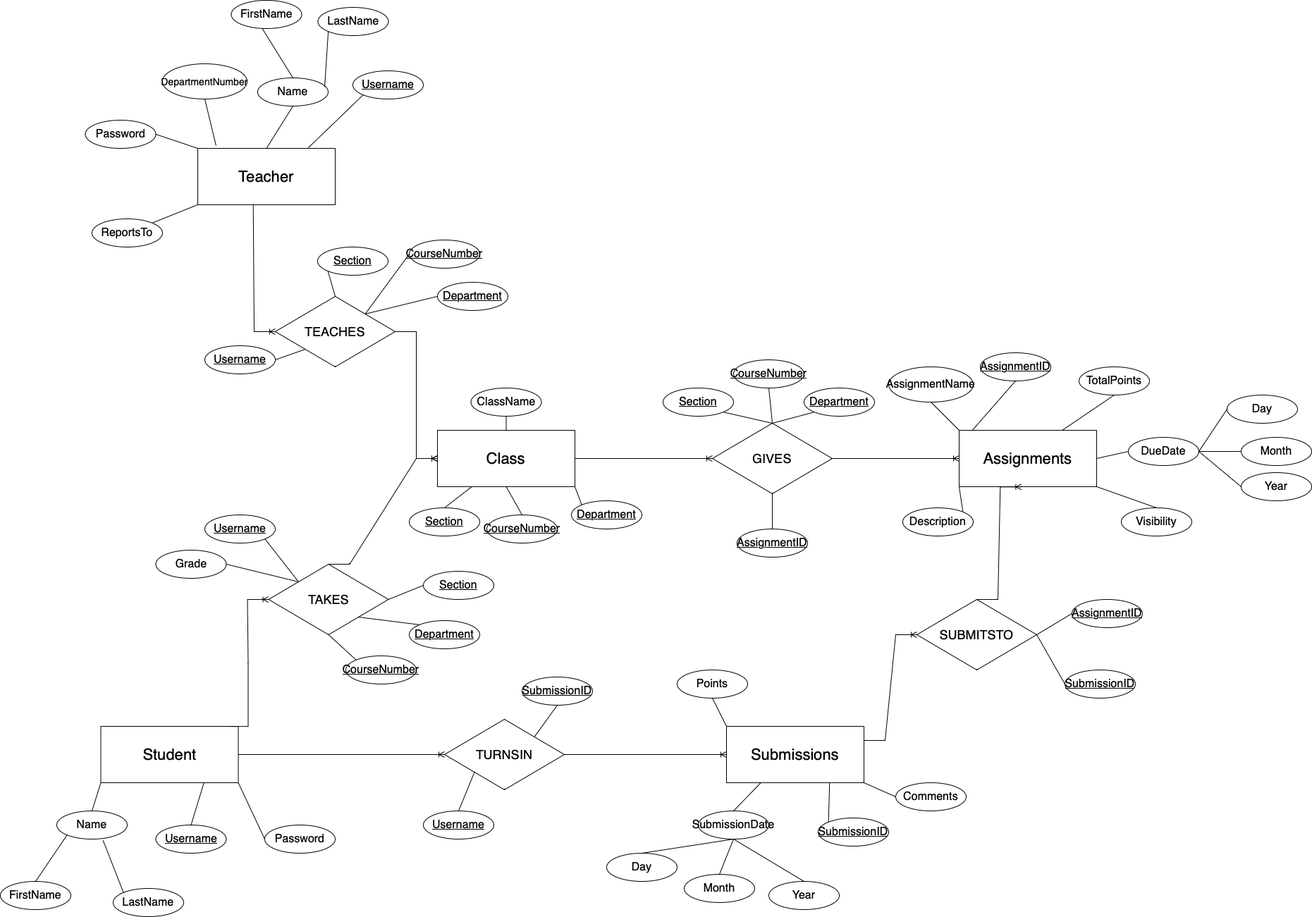
Before: Documentation/erDiagramBenaWiesner.png, a diagram exported from draw.io (bbena99/DB_FP). Source tidied: cells renumbered, new cells last; positions are measured from the earlier drawing's top-left corner, leaving out a move shared by most shapes.
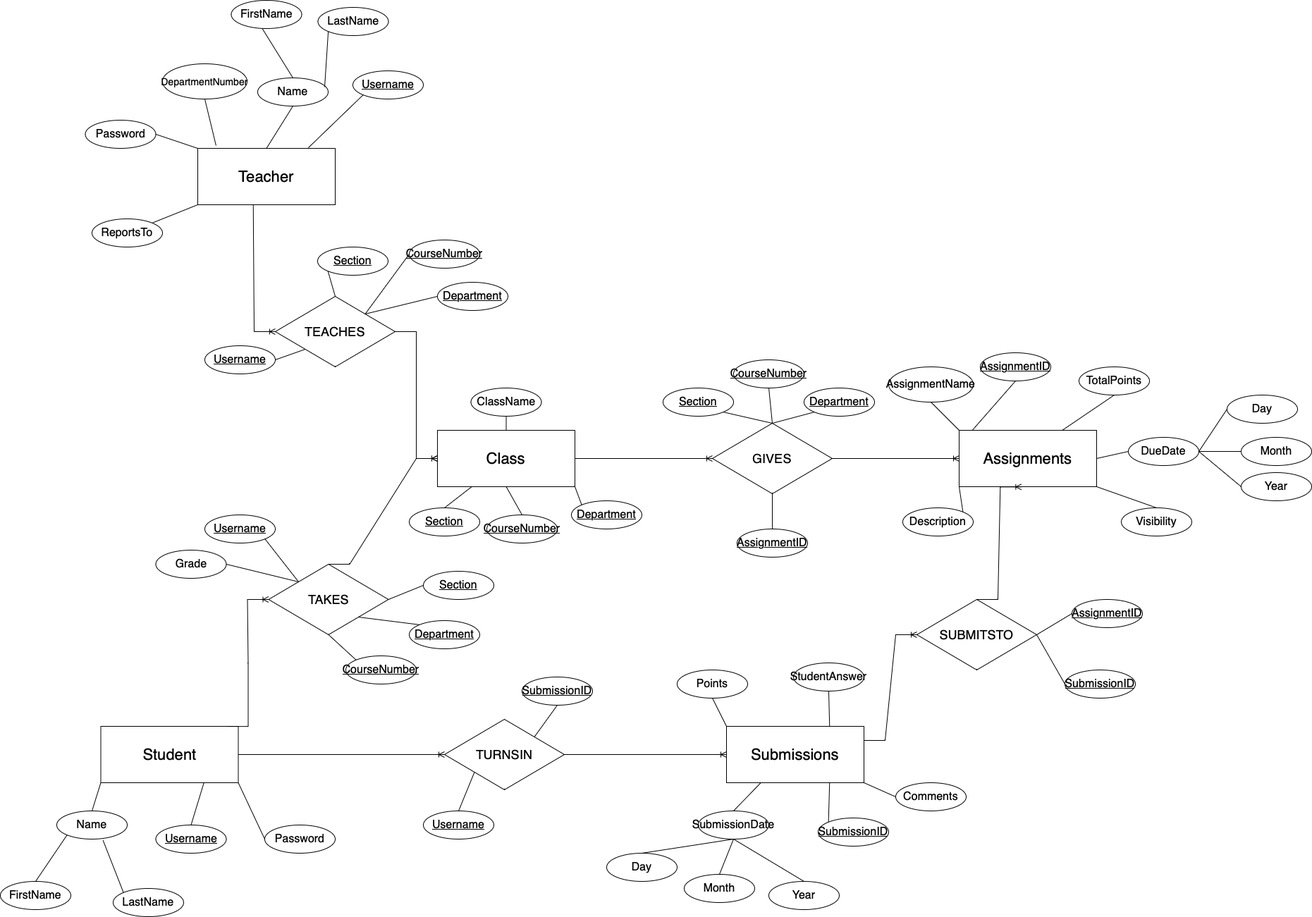
Above is the later version.

Diff of the diagram source:
```diff
@@ -374,5 +374,11 @@
     <mxCell id="120" style="endArrow=none;html=1;rounded=0;exitX=0;exitY=1;exitDx=0;exitDy=0;entryX=0.5;entryY=0;entryDx=0;entryDy=0;" parent="1" edge="1" source="115" target="26">
       <mxGeometry relative="1" as="geometry" />
     </mxCell>
+    <mxCell id="121" value="&lt;font style=&quot;font-size: 16px;&quot;&gt;StudentAnswer&lt;/font&gt;" style="ellipse;whiteSpace=wrap;html=1;align=center;" parent="1" vertex="1">
+      <mxGeometry x="1125" y="940" width="100" height="40" as="geometry" />
+    </mxCell>
+    <mxCell id="122" style="endArrow=none;html=1;rounded=0;exitX=0.75;exitY=0;exitDx=0;exitDy=0;entryX=0.5;entryY=1;entryDx=0;entryDy=0;" parent="1" edge="1" source="73" target="121">
+      <mxGeometry relative="1" as="geometry" />
+    </mxCell>
   </root>
 </mxGraphModel>
```
